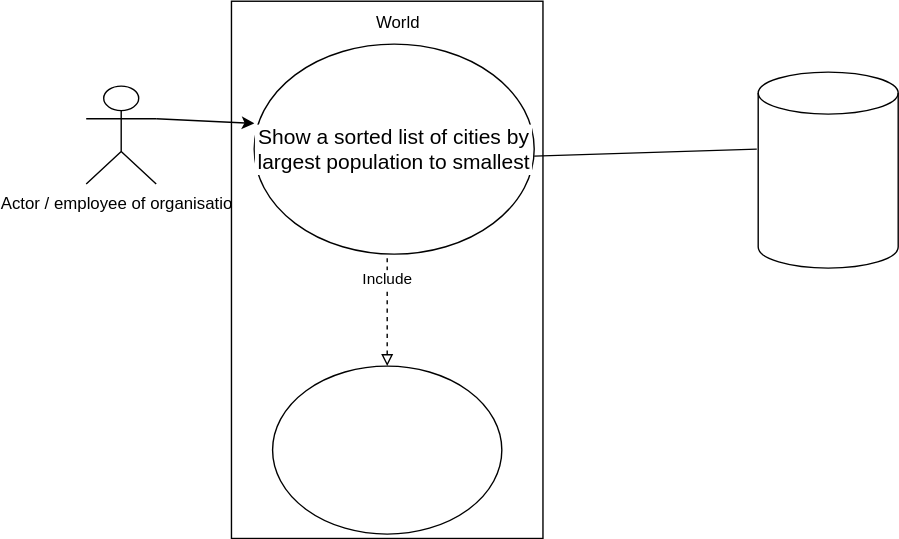
RoryM18/sem_group20 keeps this draw.io diagram as use-cases/citiesDiagram.svg. Above is the earlier version. Source tidied: cells renumbered, new cells last; positions are measured from the earlier drawing's top-left corner, leaving out a move shared by most shapes.
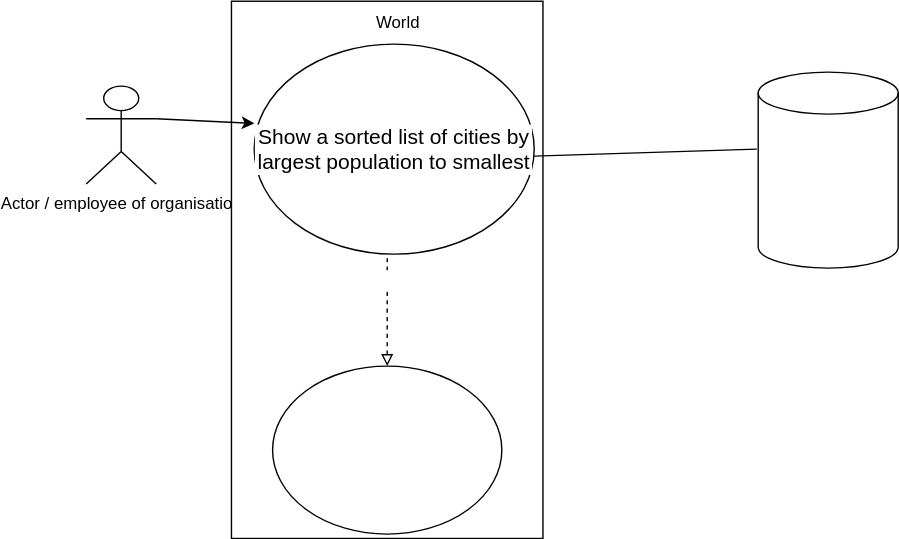
The same file after the commit.

Change to the diagram source:
```diff
@@ -14,7 +14,7 @@
     <mxCell id="5" value="&lt;span style=&quot;color: rgb(255 , 255 , 255)&quot;&gt;Print cities&lt;/span&gt;&lt;br style=&quot;color: rgb(255 , 255 , 255)&quot;&gt;&lt;span style=&quot;color: rgb(255 , 255 , 255)&quot;&gt;Name&lt;/span&gt;&lt;br style=&quot;color: rgb(255 , 255 , 255)&quot;&gt;&lt;span style=&quot;color: rgb(255 , 255 , 255)&quot;&gt;Country&lt;/span&gt;&lt;br style=&quot;color: rgb(255 , 255 , 255)&quot;&gt;&lt;span style=&quot;color: rgb(255 , 255 , 255)&quot;&gt;District&lt;/span&gt;&lt;br style=&quot;color: rgb(255 , 255 , 255)&quot;&gt;&lt;span style=&quot;color: rgb(255 , 255 , 255)&quot;&gt;Population&amp;nbsp;&lt;/span&gt;" style="ellipse;whiteSpace=wrap;html=1;fontColor=#000000;" parent="1" vertex="1">
       <mxGeometry x="133.1" y="260" width="163.8" height="120" as="geometry" />
     </mxCell>
-    <mxCell id="6" value="Include&lt;br&gt;" style="endArrow=none;dashed=1;html=1;rounded=0;fontColor=#000000;exitX=0.5;exitY=0;exitDx=0;exitDy=0;entryX=0.5;entryY=1;entryDx=0;entryDy=0;startArrow=block;startFill=0;" parent="1" edge="1" source="5">
+    <mxCell id="6" value="&lt;font color=&quot;#ffffff&quot;&gt;Include&lt;/font&gt;" style="endArrow=none;dashed=1;html=1;rounded=0;fontColor=#000000;exitX=0.5;exitY=0;exitDx=0;exitDy=0;entryX=0.5;entryY=1;entryDx=0;entryDy=0;startArrow=block;startFill=0;" parent="1" edge="1" source="5">
       <mxGeometry x="0.56" relative="1" as="geometry">
         <mxPoint x="215" y="180" as="targetPoint" />
       </mxGeometry>
```
